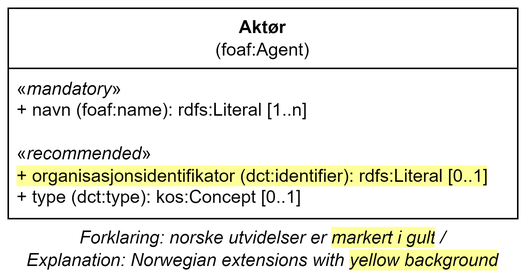
Above: docs/images/Klassen-Aktør.png in Informasjonsforvaltning/dcat-ap-no (draw.io), before the change. Source tidied: cells renumbered, new cells last; positions are measured from the earlier drawing's top-left corner, leaving out a move shared by most shapes.
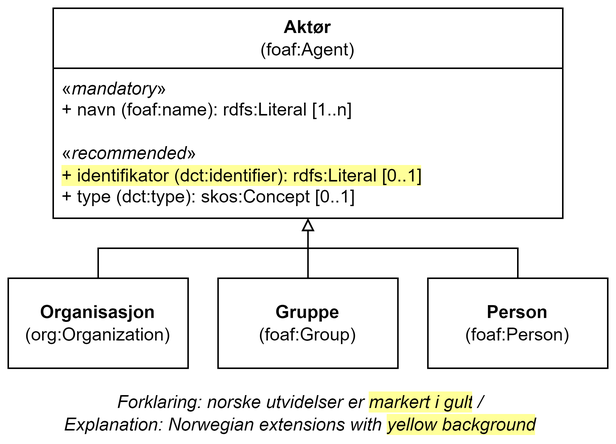
Later version of the same file.

Commit message:
Oppdaterer klassen Aktør

Diff of the diagram source:
```diff
@@ -3,13 +3,45 @@
     <mxCell id="0" />
     <mxCell id="1" parent="0" />
     <mxCell id="2" value="Aktør&lt;br&gt;&lt;span style=&quot;font-weight: normal;&quot;&gt;(foaf:Agent)&lt;/span&gt;" style="swimlane;whiteSpace=wrap;html=1;startSize=40;" parent="1" vertex="1">
-      <mxGeometry width="340" height="140" as="geometry" />
+      <mxGeometry x="190" y="-10" width="340" height="140" as="geometry" />
     </mxCell>
-    <mxCell id="3" value="&lt;div&gt;«&lt;i&gt;mandatory&lt;/i&gt;»&lt;/div&gt;&lt;div&gt;+ navn (foaf:name): rdfs:Literal [1..n]&lt;/div&gt;&lt;div&gt;&lt;br&gt;&lt;/div&gt;&lt;div&gt;«&lt;i&gt;recommended&lt;/i&gt;»&lt;/div&gt;&lt;div&gt;&lt;span style=&quot;background-color: rgb(255, 255, 153);&quot;&gt;+ organisasjonsidentifikator (dct:identifier): rdfs:Literal [0..1]&lt;/span&gt;&lt;/div&gt;&lt;div&gt;+ type (dct:type): kos:Concept [0..1]&lt;/div&gt;" style="text;strokeColor=none;fillColor=none;align=left;verticalAlign=top;spacingLeft=4;spacingRight=4;overflow=hidden;points=[[0,0.5],[1,0.5]];portConstraint=eastwest;whiteSpace=wrap;html=1;" parent="2" vertex="1">
+    <mxCell id="3" value="&lt;div&gt;«&lt;i&gt;mandatory&lt;/i&gt;»&lt;/div&gt;&lt;div&gt;+ navn (foaf:name): rdfs:Literal [1..n]&lt;/div&gt;&lt;div&gt;&lt;br&gt;&lt;/div&gt;&lt;div&gt;«&lt;i&gt;recommended&lt;/i&gt;»&lt;/div&gt;&lt;div&gt;&lt;span style=&quot;background-color: rgb(255, 255, 153);&quot;&gt;+ identifikator (dct:identifier): rdfs:Literal [0..1]&lt;/span&gt;&lt;/div&gt;&lt;div&gt;+ type (dct:type): skos:Concept [0..1]&lt;/div&gt;" style="text;strokeColor=none;fillColor=none;align=left;verticalAlign=top;spacingLeft=4;spacingRight=4;overflow=hidden;points=[[0,0.5],[1,0.5]];portConstraint=eastwest;whiteSpace=wrap;html=1;" parent="2" vertex="1">
       <mxGeometry y="40" width="340" height="100" as="geometry" />
     </mxCell>
     <mxCell id="4" value="Forklaring: norske utvidelser er&amp;nbsp;&lt;span style=&quot;background-color: rgb(255, 255, 153);&quot;&gt;markert i gult&lt;/span&gt;&lt;span style=&quot;background-color: rgb(255 , 255 , 255)&quot;&gt;&amp;nbsp;/ &lt;br&gt;&lt;/span&gt;Explanation:&amp;nbsp;&lt;span style=&quot;background-color: rgb(255 , 255 , 255)&quot;&gt;Norwegian extensions with &lt;/span&gt;&lt;span style=&quot;background-color: rgb(255, 255, 153);&quot;&gt;yellow background&lt;/span&gt;" style="text;html=1;strokeColor=none;fillColor=none;align=center;verticalAlign=middle;whiteSpace=wrap;rounded=0;fontStyle=2;" parent="1" vertex="1">
-      <mxGeometry y="150" width="340" height="20" as="geometry" />
+      <mxGeometry x="160" y="250" width="390" height="20" as="geometry" />
     </mxCell>
+    <mxCell id="5" value="&lt;b&gt;Organisasjon&lt;/b&gt;&lt;div&gt;(org:Organization)&lt;/div&gt;" style="rounded=0;whiteSpace=wrap;html=1;" parent="1" vertex="1">
+      <mxGeometry x="160" y="170" width="120" height="60" as="geometry" />
+    </mxCell>
+    <mxCell id="6" value="&lt;b&gt;Gruppe&lt;/b&gt;&lt;div&gt;(foaf:Group)&lt;/div&gt;" style="rounded=0;whiteSpace=wrap;html=1;" parent="1" vertex="1">
+      <mxGeometry x="300" y="170" width="120" height="60" as="geometry" />
+    </mxCell>
+    <mxCell id="7" value="&lt;b&gt;Person&lt;/b&gt;&lt;br&gt;&lt;div&gt;(foaf:Person)&lt;/div&gt;" style="rounded=0;whiteSpace=wrap;html=1;" parent="1" vertex="1">
+      <mxGeometry x="440" y="170" width="120" height="60" as="geometry" />
+    </mxCell>
+    <mxCell id="8" style="endArrow=block;html=1;rounded=0;exitX=0.5;exitY=0;exitDx=0;exitDy=0;endFill=0;" parent="1" edge="1" source="7" target="3">
+      <mxGeometry relative="1" as="geometry">
+        <Array as="points">
+          <mxPoint x="500" y="150" />
+          <mxPoint x="360" y="150" />
+        </Array>
+      </mxGeometry>
+    </mxCell>
+    <mxCell id="9" style="endArrow=block;html=1;rounded=0;exitX=0.5;exitY=0;exitDx=0;exitDy=0;endFill=0;" parent="1" edge="1" source="5">
+      <mxGeometry relative="1" as="geometry">
+        <mxPoint x="360" y="130" as="targetPoint" />
+        <Array as="points">
+          <mxPoint x="220" y="150" />
+          <mxPoint x="360" y="150" />
+        </Array>
+      </mxGeometry>
+    </mxCell>
+    <mxCell id="10" style="endArrow=block;html=1;rounded=0;endFill=0;" parent="1" edge="1">
+      <mxGeometry relative="1" as="geometry">
+        <mxPoint x="360" y="170" as="sourcePoint" />
+        <mxPoint x="360" y="130" as="targetPoint" />
+      </mxGeometry>
+    </mxCell>
   </root>
 </mxGraphModel>
```
